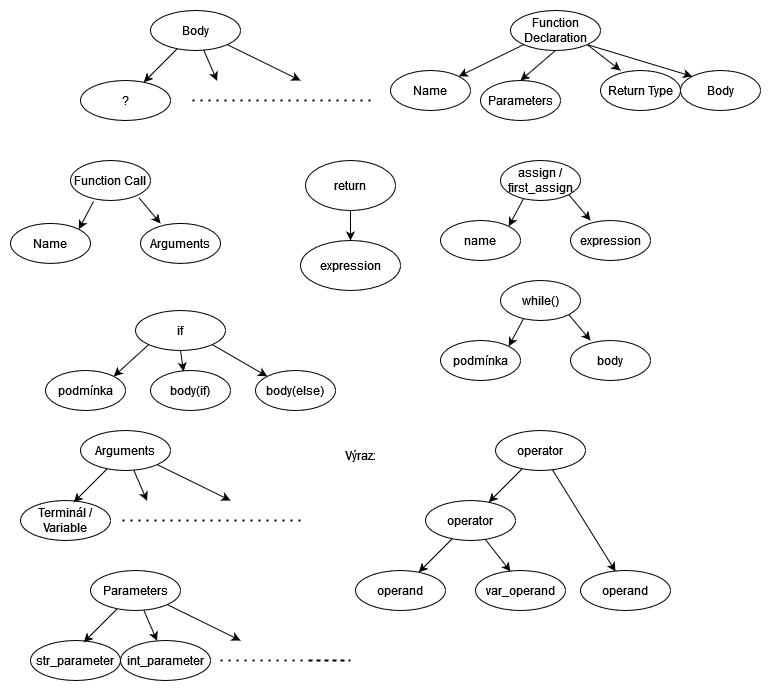
Above: documents/tree_diagram.png in xpavlic/ifj-project-2022 (draw.io), before the change. Source tidied: cells renumbered, new cells last; positions are measured from the earlier drawing's top-left corner, leaving out a move shared by most shapes.
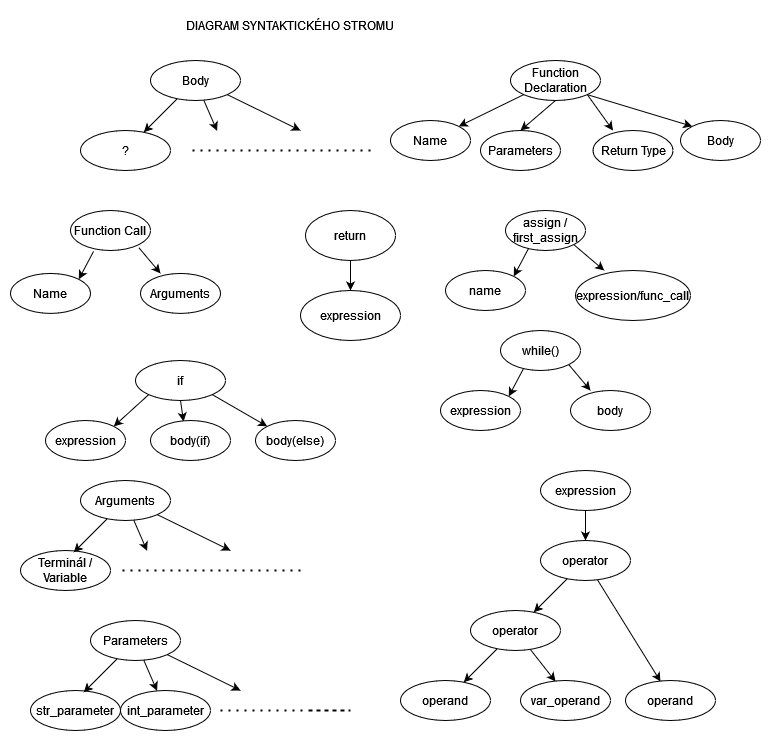
The same diagram one commit later.

Commit message:
syntax tree diagram change

added expression root node
podmínka=>expression
assign.right_node = expression/func_call

The edit, as a diff of the source:
```diff
@@ -77,13 +77,13 @@
       <mxGeometry relative="1" as="geometry" />
     </mxCell>
     <mxCell id="23" value="assign / first_assign" style="ellipse;whiteSpace=wrap;html=1;" parent="1" vertex="1">
-      <mxGeometry x="490" y="150" width="80" height="40" as="geometry" />
+      <mxGeometry x="495" y="150" width="80" height="40" as="geometry" />
     </mxCell>
     <mxCell id="24" value="name" style="ellipse;whiteSpace=wrap;html=1;" parent="1" vertex="1">
-      <mxGeometry x="430" y="210" width="80" height="40" as="geometry" />
+      <mxGeometry x="435" y="210" width="80" height="40" as="geometry" />
     </mxCell>
-    <mxCell id="25" value="expression" style="ellipse;whiteSpace=wrap;html=1;" parent="1" vertex="1">
-      <mxGeometry x="560" y="210" width="80" height="40" as="geometry" />
+    <mxCell id="25" value="expression/func_call" style="ellipse;whiteSpace=wrap;html=1;" parent="1" vertex="1">
+      <mxGeometry x="565" y="210" width="115" height="50" as="geometry" />
     </mxCell>
     <mxCell id="26" style="rounded=0;jettySize=auto;html=1;exitX=0;exitY=1;exitDx=0;exitDy=0;entryX=1;entryY=0;entryDx=0;entryDy=0;" parent="1" edge="1" source="29" target="31">
       <mxGeometry relative="1" as="geometry" />
@@ -100,7 +100,7 @@
     <mxCell id="30" value="body(if)" style="ellipse;whiteSpace=wrap;html=1;" parent="1" vertex="1">
       <mxGeometry x="140" y="360" width="80" height="40" as="geometry" />
     </mxCell>
-    <mxCell id="31" value="podmínka" style="ellipse;whiteSpace=wrap;html=1;" parent="1" vertex="1">
+    <mxCell id="31" value="expression" style="ellipse;whiteSpace=wrap;html=1;" parent="1" vertex="1">
       <mxGeometry x="35" y="360" width="80" height="40" as="geometry" />
     </mxCell>
     <mxCell id="32" value="body(else)" style="ellipse;whiteSpace=wrap;html=1;" parent="1" vertex="1">
@@ -115,7 +115,7 @@
     <mxCell id="35" value="while()" style="ellipse;whiteSpace=wrap;html=1;" parent="1" vertex="1">
       <mxGeometry x="490" y="270" width="80" height="40" as="geometry" />
     </mxCell>
-    <mxCell id="36" value="podmínka" style="ellipse;whiteSpace=wrap;html=1;" parent="1" vertex="1">
+    <mxCell id="36" value="expression" style="ellipse;whiteSpace=wrap;html=1;" parent="1" vertex="1">
       <mxGeometry x="430" y="330" width="80" height="40" as="geometry" />
     </mxCell>
     <mxCell id="37" value="body" style="ellipse;whiteSpace=wrap;html=1;" parent="1" vertex="1">
@@ -149,10 +149,10 @@
       </mxGeometry>
     </mxCell>
     <mxCell id="44" value="operator" style="ellipse;whiteSpace=wrap;html=1;" parent="1" vertex="1">
-      <mxGeometry x="415" y="490" width="90" height="40" as="geometry" />
+      <mxGeometry x="460" y="550" width="90" height="40" as="geometry" />
     </mxCell>
     <mxCell id="45" value="operand" style="ellipse;whiteSpace=wrap;html=1;" parent="1" vertex="1">
-      <mxGeometry x="345" y="560" width="90" height="40" as="geometry" />
+      <mxGeometry x="390" y="620" width="90" height="40" as="geometry" />
     </mxCell>
     <mxCell id="46" style="endArrow=classic;html=1;rounded=0;" parent="1" edge="1" source="44" target="45">
       <mxGeometry relative="1" as="geometry" />
@@ -160,11 +160,8 @@
     <mxCell id="47" style="endArrow=classic;html=1;rounded=0;entryX=0.389;entryY=0.025;entryDx=0;entryDy=0;entryPerimeter=0;" parent="1" edge="1" source="44" target="49">
       <mxGeometry relative="1" as="geometry" />
     </mxCell>
-    <mxCell id="48" value="Výraz:" style="text;html=1;strokeColor=none;fillColor=none;align=center;verticalAlign=middle;whiteSpace=wrap;rounded=0;" parent="1" vertex="1">
-      <mxGeometry x="320" y="430" width="60" height="30" as="geometry" />
-    </mxCell>
     <mxCell id="49" value="var_operand" style="ellipse;whiteSpace=wrap;html=1;" parent="1" vertex="1">
-      <mxGeometry x="465" y="560" width="90" height="40" as="geometry" />
+      <mxGeometry x="510" y="620" width="90" height="40" as="geometry" />
     </mxCell>
     <mxCell id="50" style="edgeStyle=none;rounded=0;jettySize=auto;html=1;exitX=0.5;exitY=1;exitDx=0;exitDy=0;entryX=0.5;entryY=0;entryDx=0;entryDy=0;" parent="1" edge="1" source="51" target="52">
       <mxGeometry relative="1" as="geometry" />
@@ -176,21 +173,21 @@
       <mxGeometry x="290" y="230" width="100" height="50" as="geometry" />
     </mxCell>
     <mxCell id="53" value="operator" style="ellipse;whiteSpace=wrap;html=1;" parent="1" vertex="1">
-      <mxGeometry x="485" y="420" width="90" height="40" as="geometry" />
+      <mxGeometry x="530" y="480" width="90" height="40" as="geometry" />
     </mxCell>
     <mxCell id="54" style="endArrow=classic;html=1;rounded=0;" parent="1" edge="1" source="53">
       <mxGeometry relative="1" as="geometry">
-        <mxPoint x="478.3" y="491.7" as="targetPoint" />
+        <mxPoint x="523.3" y="551.7" as="targetPoint" />
       </mxGeometry>
     </mxCell>
     <mxCell id="55" style="endArrow=classic;html=1;rounded=0;entryX=0.389;entryY=0.025;entryDx=0;entryDy=0;entryPerimeter=0;" parent="1" edge="1" source="53" target="56">
       <mxGeometry relative="1" as="geometry" />
     </mxCell>
     <mxCell id="56" value="operand" style="ellipse;whiteSpace=wrap;html=1;" parent="1" vertex="1">
-      <mxGeometry x="570" y="560" width="90" height="40" as="geometry" />
+      <mxGeometry x="615" y="620" width="90" height="40" as="geometry" />
     </mxCell>
     <mxCell id="57" value="Return Type" style="ellipse;whiteSpace=wrap;html=1;" parent="1" vertex="1">
-      <mxGeometry x="590" y="60" width="80" height="40" as="geometry" />
+      <mxGeometry x="582.5" y="70" width="80" height="40" as="geometry" />
     </mxCell>
     <mxCell id="58" value="Parameters" style="ellipse;whiteSpace=wrap;html=1;" parent="1" vertex="1">
       <mxGeometry x="80" y="560" width="90" height="40" as="geometry" />
@@ -225,5 +222,14 @@
     <mxCell id="64" value="int_parameter" style="ellipse;whiteSpace=wrap;html=1;" parent="1" vertex="1">
       <mxGeometry x="110" y="630" width="90" height="40" as="geometry" />
     </mxCell>
+    <mxCell id="65" style="edgeStyle=orthogonalEdgeStyle;rounded=0;jettySize=auto;html=1;exitX=0.5;exitY=1;exitDx=0;exitDy=0;entryX=0.5;entryY=0;entryDx=0;entryDy=0;" parent="1" edge="1" source="66" target="53">
+      <mxGeometry relative="1" as="geometry" />
+    </mxCell>
+    <mxCell id="66" value="expression" style="ellipse;whiteSpace=wrap;html=1;" parent="1" vertex="1">
+      <mxGeometry x="530" y="410" width="90" height="40" as="geometry" />
+    </mxCell>
+    <mxCell id="67" value="DIAGRAM SYNTAKTICKÉHO STROMU" style="text;html=1;strokeColor=none;fillColor=none;align=center;verticalAlign=middle;whiteSpace=wrap;rounded=0;" parent="1" vertex="1">
+      <mxGeometry x="110" y="-50" width="340" height="30" as="geometry" />
+    </mxCell>
   </root>
 </mxGraphModel>
```
